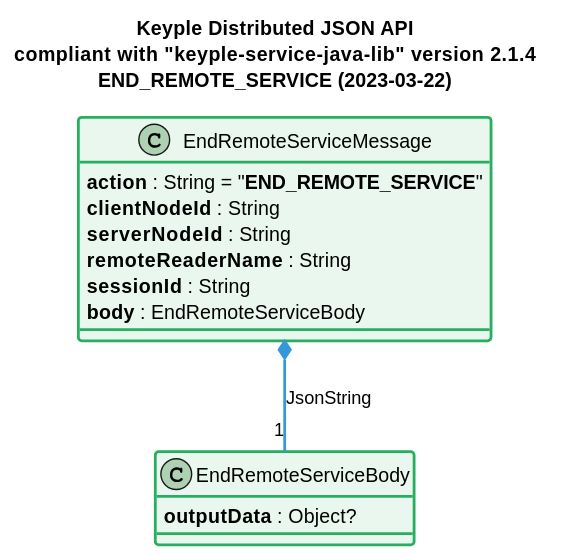
Earlier version of the PlantUML export static/media/learn/user-guide/distributed-json-api/distributedJsonApi_classDiagram_endRemoteService.svg (eclipse-keyple/keyple-website).
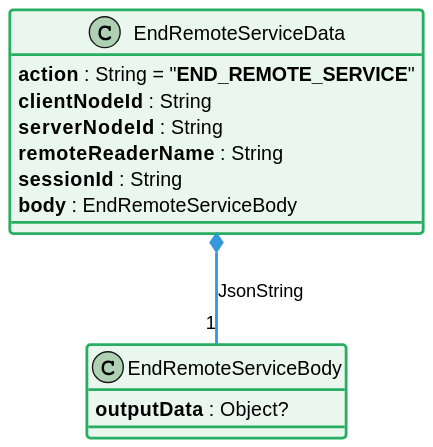
After the change.

Diff of the diagram source:
```diff
@@ -1,9 +1,4 @@
 @startuml
-title
-    Keyple Distributed JSON API
-    compliant with "keyple-service-java-lib" version 2.1.4
-    END_REMOTE_SERVICE (2023-03-22)
-end title
 
 
 !define C_GREY1 F8F9F9
@@ -42,7 +37,7 @@
 hide <<grey>> stereotype
 
 
-class EndRemoteServiceMessage {
+class EndRemoteServiceData {
     **action** : String = "**END_REMOTE_SERVICE**"
     **clientNodeId** : String
     **serverNodeId** : String
@@ -55,10 +50,10 @@
 }
 
 
-EndRemoteServiceMessage *-- "1" EndRemoteServiceBody #C_LINK : JsonString
+EndRemoteServiceData *-- "1" EndRemoteServiceBody #C_LINK : JsonString
 
 
 
-class EndRemoteServiceMessage <<green>>
+class EndRemoteServiceData <<green>>
 class EndRemoteServiceBody <<green>>
 @enduml
```
